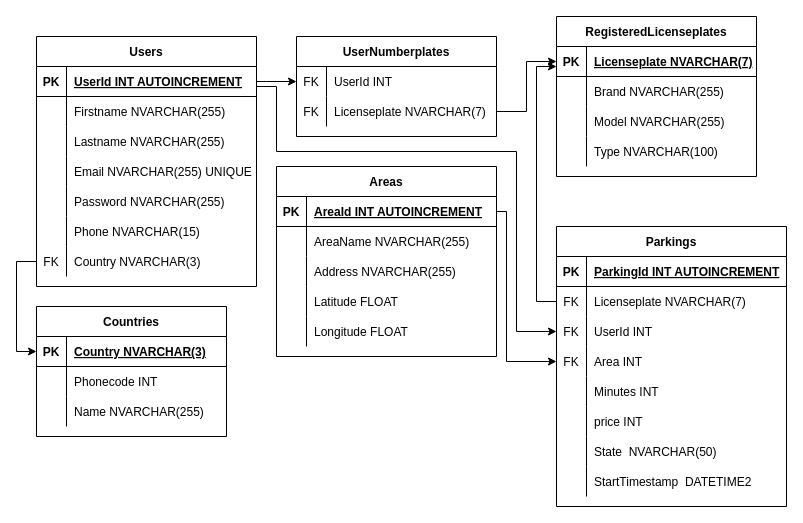
This is backend/misc/ER.drawio from minilange/parkerings-projekt, a draw.io file, before an edit. Source tidied: cells renumbered, new cells numbered last; positions are measured from the earlier drawing's top-left corner, leaving out a move shared by most shapes. Both pictures are drawn from the tidied source at 100%, with x=0, y=0 at pixel (36, 16).
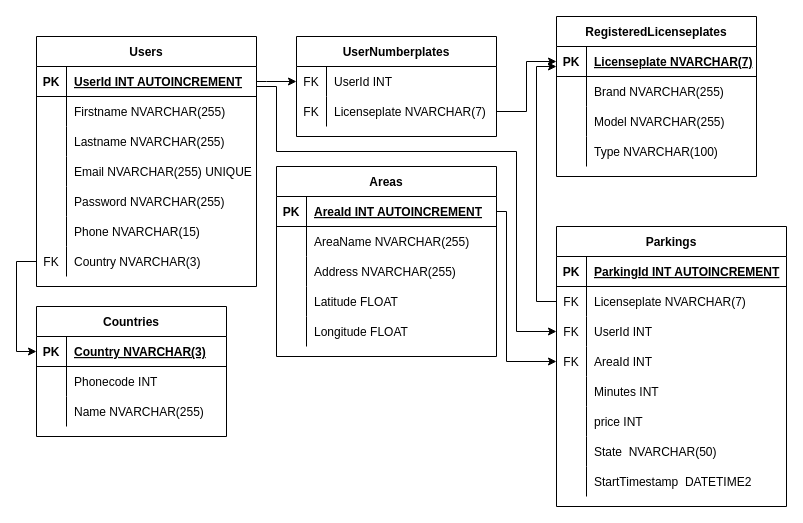
The same page after the edit.

Unchanged cells that the change refers to:
```xml
<mxCell id="53" style="shape=tableRow;horizontal=0;startSize=0;swimlaneHead=0;swimlaneBody=0;fillColor=none;points=[[0,0.5],[1,0.5]];portConstraint=eastwest;top=0;left=0;right=0;bottom=0;" parent="43" vertex="1">
  <mxGeometry y="120" width="230" height="30" as="geometry" />
</mxCell>
```

What changed in the source:
```diff
@@
-    <mxCell id="55" value="Area INT" style="shape=partialRectangle;fillColor=none;top=0;left=0;bottom=0;right=0;align=left;spacingLeft=6;overflow=hidden;" parent="53" vertex="1">
+    <mxCell id="55" value="AreaId INT" style="shape=partialRectangle;fillColor=none;top=0;left=0;bottom=0;right=0;align=left;spacingLeft=6;overflow=hidden;" parent="53" vertex="1">
       <mxGeometry x="30" width="200" height="30" as="geometry" />
     </mxCell>
```
